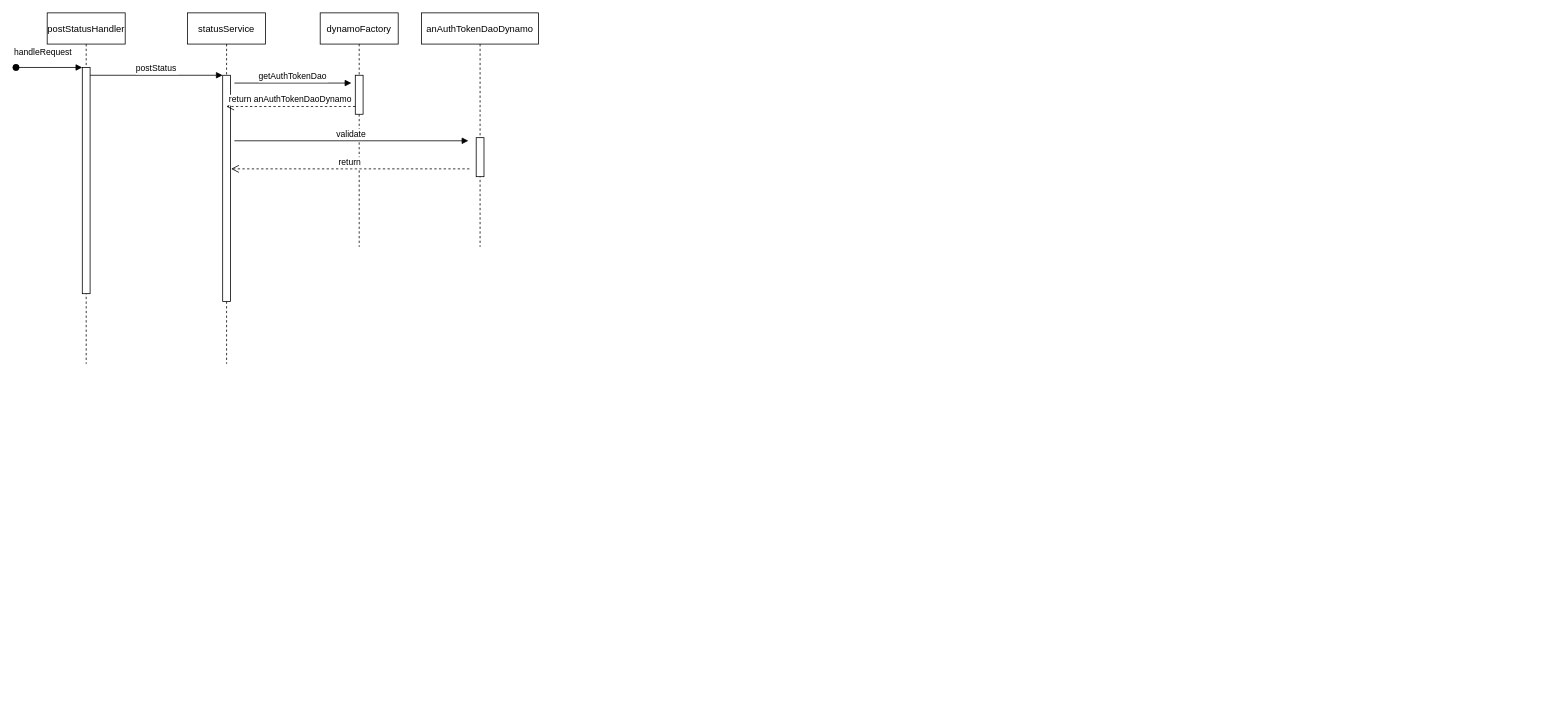
Before: Untitled Diagram.drawio in GitLlamma/UML_Diagrams, a draw.io diagram. Source tidied: cells renumbered, new cells numbered last; positions are measured from the earlier drawing's top-left corner, leaving out a move shared by most shapes. Both pictures are drawn from the tidied source at 78%, with x=0, y=0 at pixel (16, 12).
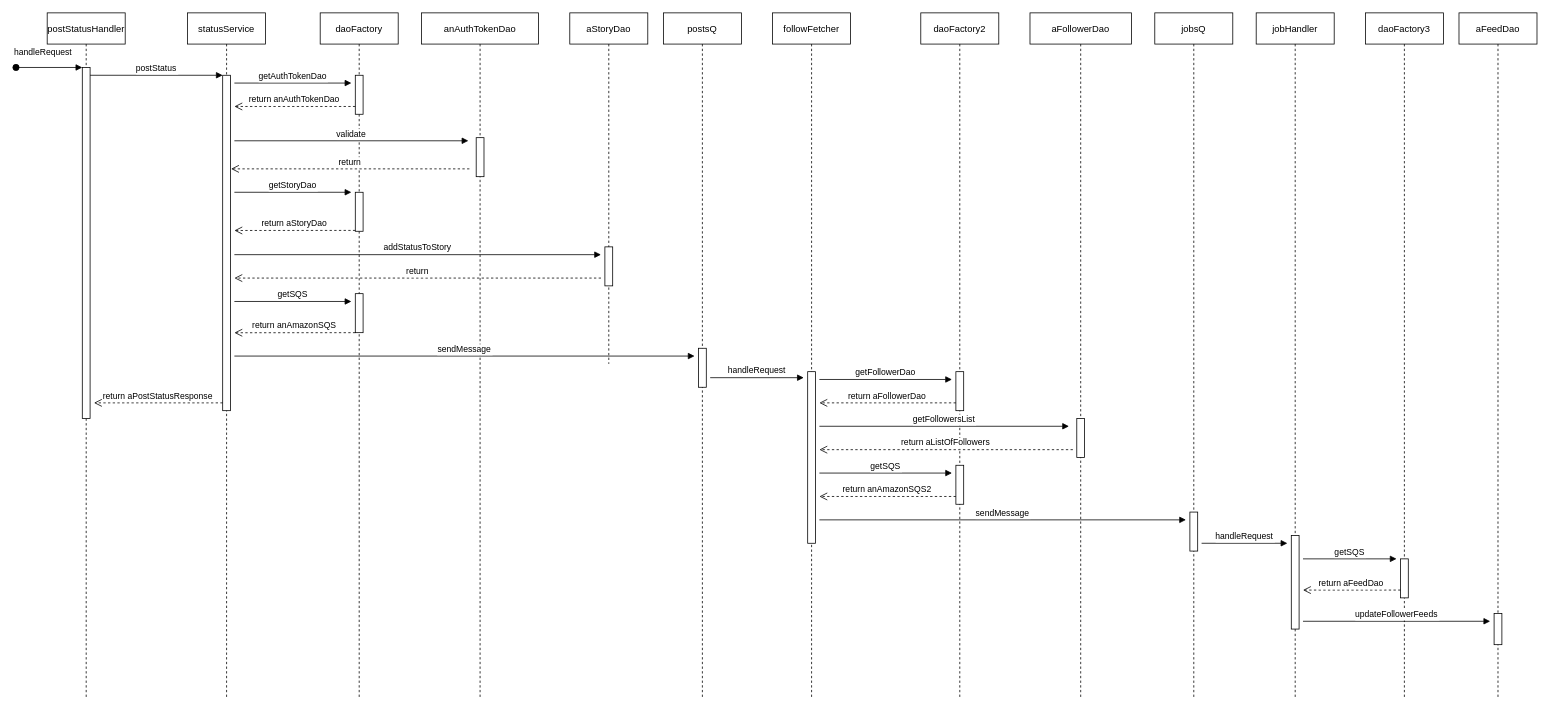
Above is the later version.

The edit, as a diff of the source:
```diff
@@
     <mxCell id="2" value="postStatusHandler" style="shape=umlLifeline;perimeter=lifelinePerimeter;rounded=0;shadow=0;strokeWidth=1;" parent="1" vertex="1">
-      <mxGeometry x="40" width="100" height="450" as="geometry" />
+      <mxGeometry x="40" width="100" height="880" as="geometry" />
     </mxCell>
     <mxCell id="3" style="points=[];perimeter=orthogonalPerimeter;rounded=0;shadow=0;strokeWidth=1;" parent="2" vertex="1">
-      <mxGeometry x="45" y="70" width="10" height="290" as="geometry" />
+      <mxGeometry x="45" y="70" width="10" height="450" as="geometry" />
     </mxCell>
@@
     <mxCell id="5" value="statusService" style="shape=umlLifeline;perimeter=lifelinePerimeter;rounded=0;shadow=0;strokeWidth=1;" parent="1" vertex="1">
-      <mxGeometry x="220" width="100" height="450" as="geometry" />
+      <mxGeometry x="220" width="100" height="880" as="geometry" />
     </mxCell>
     <mxCell id="6" style="points=[];perimeter=orthogonalPerimeter;rounded=0;shadow=0;strokeWidth=1;" parent="5" vertex="1">
-      <mxGeometry x="45" y="80" width="10" height="290" as="geometry" />
+      <mxGeometry x="45" y="80" width="10" height="430" as="geometry" />
     </mxCell>
@@
-    <mxCell id="8" value="dynamoFactory" style="shape=umlLifeline;perimeter=lifelinePerimeter;rounded=0;shadow=0;strokeWidth=1;" parent="1" vertex="1">
-      <mxGeometry x="390" width="100" height="300" as="geometry" />
+    <mxCell id="8" value="daoFactory" style="shape=umlLifeline;perimeter=lifelinePerimeter;rounded=0;shadow=0;strokeWidth=1;" parent="1" vertex="1">
+      <mxGeometry x="390" width="100" height="880" as="geometry" />
     </mxCell>
@@
-    <mxCell id="11" value="return anAuthTokenDaoDynamo" style="verticalAlign=bottom;endArrow=open;dashed=1;endSize=8;exitX=0;exitY=0.95;shadow=0;strokeWidth=1;" parent="8" edge="1" target="5">
+    <mxCell id="11" value="return anAuthTokenDao" style="verticalAlign=bottom;endArrow=open;dashed=1;endSize=8;exitX=0;exitY=0.95;shadow=0;strokeWidth=1;" parent="8" edge="1">
       <mxGeometry relative="1" as="geometry">
         <mxPoint x="45" y="120" as="sourcePoint" />
+        <mxPoint x="-110" y="120" as="targetPoint" />
       </mxGeometry>
     </mxCell>
+    <mxCell id="16" style="perimeter=orthogonalPerimeter;rounded=0;shadow=0;strokeWidth=1;" parent="8" vertex="1">
+      <mxGeometry x="45" y="230" width="10" height="50" as="geometry" />
+    </mxCell>
+    <mxCell id="17" value="return aStoryDao" style="verticalAlign=bottom;endArrow=open;dashed=1;endSize=8;exitX=0;exitY=0.95;shadow=0;strokeWidth=1;" parent="8" edge="1">
+      <mxGeometry relative="1" as="geometry">
+        <mxPoint x="45" y="278.9" as="sourcePoint" />
+        <mxPoint x="-110" y="279" as="targetPoint" />
+      </mxGeometry>
+    </mxCell>
+    <mxCell id="18" value="addStatusToStory" style="verticalAlign=bottom;endArrow=block;shadow=0;strokeWidth=1;" parent="8" edge="1">
+      <mxGeometry relative="1" as="geometry">
+        <mxPoint x="-110" y="310" as="sourcePoint" />
+        <mxPoint x="360" y="310" as="targetPoint" />
+      </mxGeometry>
+    </mxCell>
+    <mxCell id="19" style="perimeter=orthogonalPerimeter;rounded=0;shadow=0;strokeWidth=1;" parent="8" vertex="1">
+      <mxGeometry x="45" y="360" width="10" height="50" as="geometry" />
+    </mxCell>
+    <mxCell id="20" value="getSQS" style="verticalAlign=bottom;endArrow=block;shadow=0;strokeWidth=1;" parent="8" edge="1">
+      <mxGeometry relative="1" as="geometry">
+        <mxPoint x="-110" y="370" as="sourcePoint" />
+        <mxPoint x="40" y="370" as="targetPoint" />
+      </mxGeometry>
+    </mxCell>
-    <mxCell id="12" value="anAuthTokenDaoDynamo" style="shape=umlLifeline;perimeter=lifelinePerimeter;rounded=0;shadow=0;strokeWidth=1;" parent="1" vertex="1">
-      <mxGeometry x="520" width="150" height="300" as="geometry" />
+    <mxCell id="12" value="anAuthTokenDao" style="shape=umlLifeline;perimeter=lifelinePerimeter;rounded=0;shadow=0;strokeWidth=1;" parent="1" vertex="1">
+      <mxGeometry x="520" width="150" height="880" as="geometry" />
     </mxCell>
@@
+    <mxCell id="21" value="sendMessage" style="verticalAlign=bottom;endArrow=block;shadow=0;strokeWidth=1;" parent="12" edge="1">
+      <mxGeometry relative="1" as="geometry">
+        <mxPoint x="-240" y="440" as="sourcePoint" />
+        <mxPoint x="350" y="440" as="targetPoint" />
+      </mxGeometry>
+    </mxCell>
@@
+    <mxCell id="22" value="aStoryDao" style="shape=umlLifeline;perimeter=lifelinePerimeter;rounded=0;shadow=0;strokeWidth=1;" parent="1" vertex="1">
+      <mxGeometry x="710" width="100" height="450" as="geometry" />
+    </mxCell>
+    <mxCell id="23" style="perimeter=orthogonalPerimeter;rounded=0;shadow=0;strokeWidth=1;" parent="22" vertex="1">
+      <mxGeometry x="45" y="300" width="10" height="50" as="geometry" />
+    </mxCell>
+    <mxCell id="24" value="getStoryDao" style="verticalAlign=bottom;endArrow=block;shadow=0;strokeWidth=1;" parent="1" edge="1">
+      <mxGeometry relative="1" as="geometry">
+        <mxPoint x="280" y="230" as="sourcePoint" />
+        <mxPoint x="430" y="230" as="targetPoint" />
+      </mxGeometry>
+    </mxCell>
+    <mxCell id="25" value="return" style="verticalAlign=bottom;endArrow=open;dashed=1;endSize=8;shadow=0;strokeWidth=1;" parent="1" edge="1">
+      <mxGeometry relative="1" as="geometry">
+        <mxPoint x="750" y="340" as="sourcePoint" />
+        <mxPoint x="280" y="340" as="targetPoint" />
+      </mxGeometry>
+    </mxCell>
+    <mxCell id="26" value="return anAmazonSQS" style="verticalAlign=bottom;endArrow=open;dashed=1;endSize=8;exitX=0;exitY=0.95;shadow=0;strokeWidth=1;" parent="1" edge="1">
+      <mxGeometry relative="1" as="geometry">
+        <mxPoint x="435" y="410" as="sourcePoint" />
+        <mxPoint x="280" y="410.1" as="targetPoint" />
+      </mxGeometry>
+    </mxCell>
+    <mxCell id="27" value="postsQ" style="shape=umlLifeline;perimeter=lifelinePerimeter;rounded=0;shadow=0;strokeWidth=1;" parent="1" vertex="1">
+      <mxGeometry x="830" width="100" height="880" as="geometry" />
+    </mxCell>
+    <mxCell id="28" style="perimeter=orthogonalPerimeter;rounded=0;shadow=0;strokeWidth=1;" parent="27" vertex="1">
+      <mxGeometry x="45" y="430" width="10" height="50" as="geometry" />
+    </mxCell>
+    <mxCell id="29" value="return aPostStatusResponse" style="verticalAlign=bottom;endArrow=open;dashed=1;endSize=8;exitX=0;exitY=0.95;shadow=0;strokeWidth=1;" parent="1" edge="1">
+      <mxGeometry relative="1" as="geometry">
+        <mxPoint x="265" y="500" as="sourcePoint" />
+        <mxPoint x="100" y="500" as="targetPoint" />
+      </mxGeometry>
+    </mxCell>
+    <mxCell id="30" value="followFetcher" style="shape=umlLifeline;perimeter=lifelinePerimeter;rounded=0;shadow=0;strokeWidth=1;" parent="1" vertex="1">
+      <mxGeometry x="970" width="100" height="880" as="geometry" />
+    </mxCell>
+    <mxCell id="31" style="perimeter=orthogonalPerimeter;rounded=0;shadow=0;strokeWidth=1;" parent="30" vertex="1">
+      <mxGeometry x="45" y="460" width="10" height="220" as="geometry" />
+    </mxCell>
+    <mxCell id="32" value="handleRequest" style="verticalAlign=bottom;endArrow=block;shadow=0;strokeWidth=1;" parent="1" edge="1">
+      <mxGeometry relative="1" as="geometry">
+        <mxPoint x="890" y="467.7" as="sourcePoint" />
+        <mxPoint x="1010" y="467.7" as="targetPoint" />
+      </mxGeometry>
+    </mxCell>
+    <mxCell id="33" value="daoFactory2" style="shape=umlLifeline;perimeter=lifelinePerimeter;rounded=0;shadow=0;strokeWidth=1;" parent="1" vertex="1">
+      <mxGeometry x="1160" width="100" height="880" as="geometry" />
+    </mxCell>
+    <mxCell id="34" style="perimeter=orthogonalPerimeter;rounded=0;shadow=0;strokeWidth=1;" parent="33" vertex="1">
+      <mxGeometry x="45" y="460" width="10" height="50" as="geometry" />
+    </mxCell>
+    <mxCell id="35" value="getFollowerDao" style="verticalAlign=bottom;endArrow=block;shadow=0;strokeWidth=1;" parent="33" edge="1">
+      <mxGeometry relative="1" as="geometry">
+        <mxPoint x="-130" y="470" as="sourcePoint" />
+        <mxPoint x="40" y="470" as="targetPoint" />
+      </mxGeometry>
+    </mxCell>
+    <mxCell id="36" value="return aFollowerDao" style="verticalAlign=bottom;endArrow=open;dashed=1;endSize=8;exitX=0;exitY=0.95;shadow=0;strokeWidth=1;" parent="33" edge="1">
+      <mxGeometry relative="1" as="geometry">
+        <mxPoint x="45" y="500" as="sourcePoint" />
+        <mxPoint x="-130" y="500" as="targetPoint" />
+      </mxGeometry>
+    </mxCell>
+    <mxCell id="37" style="perimeter=orthogonalPerimeter;rounded=0;shadow=0;strokeWidth=1;" parent="33" vertex="1">
+      <mxGeometry x="45" y="580" width="10" height="50" as="geometry" />
+    </mxCell>
+    <mxCell id="38" value="getSQS" style="verticalAlign=bottom;endArrow=block;shadow=0;strokeWidth=1;" parent="33" edge="1">
+      <mxGeometry relative="1" as="geometry">
+        <mxPoint x="-130" y="590" as="sourcePoint" />
+        <mxPoint x="40" y="590" as="targetPoint" />
+      </mxGeometry>
+    </mxCell>
+    <mxCell id="39" value="return anAmazonSQS2" style="verticalAlign=bottom;endArrow=open;dashed=1;endSize=8;exitX=0;exitY=0.95;shadow=0;strokeWidth=1;" parent="33" edge="1">
+      <mxGeometry relative="1" as="geometry">
+        <mxPoint x="45" y="620" as="sourcePoint" />
+        <mxPoint x="-130" y="620" as="targetPoint" />
+      </mxGeometry>
+    </mxCell>
+    <mxCell id="40" value="aFollowerDao" style="shape=umlLifeline;perimeter=lifelinePerimeter;rounded=0;shadow=0;strokeWidth=1;" parent="1" vertex="1">
+      <mxGeometry x="1300" width="130" height="880" as="geometry" />
+    </mxCell>
+    <mxCell id="41" style="perimeter=orthogonalPerimeter;rounded=0;shadow=0;strokeWidth=1;" parent="40" vertex="1">
+      <mxGeometry x="60" y="520" width="10" height="50" as="geometry" />
+    </mxCell>
+    <mxCell id="42" value="getFollowersList" style="verticalAlign=bottom;endArrow=block;shadow=0;strokeWidth=1;" parent="1" edge="1">
+      <mxGeometry relative="1" as="geometry">
+        <mxPoint x="1030" y="530" as="sourcePoint" />
+        <mxPoint x="1350" y="530" as="targetPoint" />
+      </mxGeometry>
+    </mxCell>
+    <mxCell id="43" value="return aListOfFollowers" style="verticalAlign=bottom;endArrow=open;dashed=1;endSize=8;exitX=0;exitY=0.95;shadow=0;strokeWidth=1;" parent="1" edge="1">
+      <mxGeometry relative="1" as="geometry">
+        <mxPoint x="1355" y="560" as="sourcePoint" />
+        <mxPoint x="1030" y="560" as="targetPoint" />
+      </mxGeometry>
+    </mxCell>
+    <mxCell id="44" value="sendMessage" style="verticalAlign=bottom;endArrow=block;shadow=0;strokeWidth=1;" parent="1" edge="1">
+      <mxGeometry relative="1" as="geometry">
+        <mxPoint x="1030" y="650" as="sourcePoint" />
+        <mxPoint x="1500" y="650" as="targetPoint" />
+      </mxGeometry>
+    </mxCell>
+    <mxCell id="45" value="jobsQ" style="shape=umlLifeline;perimeter=lifelinePerimeter;rounded=0;shadow=0;strokeWidth=1;" parent="1" vertex="1">
+      <mxGeometry x="1460" width="100" height="880" as="geometry" />
+    </mxCell>
+    <mxCell id="46" style="perimeter=orthogonalPerimeter;rounded=0;shadow=0;strokeWidth=1;" parent="45" vertex="1">
+      <mxGeometry x="45" y="640" width="10" height="50" as="geometry" />
+    </mxCell>
+    <mxCell id="47" value="jobHandler" style="shape=umlLifeline;perimeter=lifelinePerimeter;rounded=0;shadow=0;strokeWidth=1;" parent="1" vertex="1">
+      <mxGeometry x="1590" width="100" height="880" as="geometry" />
+    </mxCell>
+    <mxCell id="48" style="perimeter=orthogonalPerimeter;rounded=0;shadow=0;strokeWidth=1;" parent="47" vertex="1">
+      <mxGeometry x="45" y="670" width="10" height="120" as="geometry" />
+    </mxCell>
+    <mxCell id="49" value="handleRequest" style="verticalAlign=bottom;endArrow=block;shadow=0;strokeWidth=1;" parent="47" edge="1">
+      <mxGeometry relative="1" as="geometry">
+        <mxPoint x="-70" y="680" as="sourcePoint" />
+        <mxPoint x="40" y="680" as="targetPoint" />
+      </mxGeometry>
+    </mxCell>
+    <mxCell id="50" value="daoFactory3" style="shape=umlLifeline;perimeter=lifelinePerimeter;rounded=0;shadow=0;strokeWidth=1;" parent="1" vertex="1">
+      <mxGeometry x="1730" width="100" height="880" as="geometry" />
+    </mxCell>
+    <mxCell id="51" style="perimeter=orthogonalPerimeter;rounded=0;shadow=0;strokeWidth=1;" parent="50" vertex="1">
+      <mxGeometry x="45" y="700" width="10" height="50" as="geometry" />
+    </mxCell>
+    <mxCell id="52" value="getSQS" style="verticalAlign=bottom;endArrow=block;shadow=0;strokeWidth=1;" parent="50" edge="1">
+      <mxGeometry relative="1" as="geometry">
+        <mxPoint x="-80" y="700" as="sourcePoint" />
+        <mxPoint x="40" y="700" as="targetPoint" />
+      </mxGeometry>
+    </mxCell>
+    <mxCell id="53" value="return aFeedDao" style="verticalAlign=bottom;endArrow=open;dashed=1;endSize=8;exitX=0;exitY=0.95;shadow=0;strokeWidth=1;" parent="50" edge="1">
+      <mxGeometry relative="1" as="geometry">
+        <mxPoint x="45" y="740" as="sourcePoint" />
+        <mxPoint x="-80" y="740" as="targetPoint" />
+      </mxGeometry>
+    </mxCell>
+    <mxCell id="54" value="aFeedDao" style="shape=umlLifeline;perimeter=lifelinePerimeter;rounded=0;shadow=0;strokeWidth=1;" parent="1" vertex="1">
+      <mxGeometry x="1850" width="100" height="880" as="geometry" />
+    </mxCell>
+    <mxCell id="55" style="perimeter=orthogonalPerimeter;rounded=0;shadow=0;strokeWidth=1;" parent="54" vertex="1">
+      <mxGeometry x="45" y="770" width="10" height="40" as="geometry" />
+    </mxCell>
+    <mxCell id="56" value="updateFollowerFeeds" style="verticalAlign=bottom;endArrow=block;shadow=0;strokeWidth=1;" parent="1" edge="1">
+      <mxGeometry relative="1" as="geometry">
+        <mxPoint x="1650" y="780" as="sourcePoint" />
+        <mxPoint x="1890" y="780" as="targetPoint" />
+      </mxGeometry>
+    </mxCell>
```
